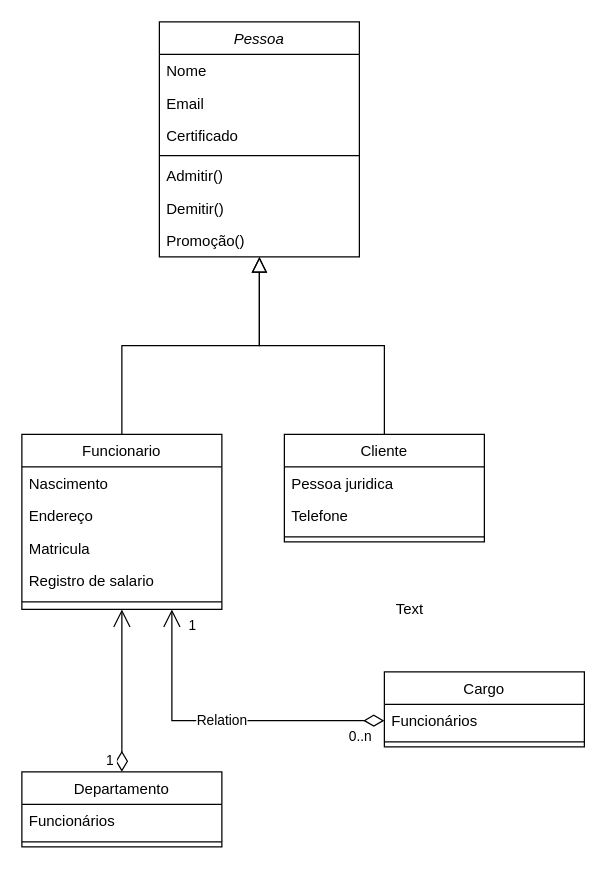
Before: Sprint1.drawio in LDLPiao/tp_poo, a draw.io diagram. Source tidied: cells renumbered, new cells numbered last; positions are measured from the earlier drawing's top-left corner, leaving out a move shared by most shapes. Both pictures are drawn from the tidied source at 125%, with x=0, y=0 at pixel (21, 21).
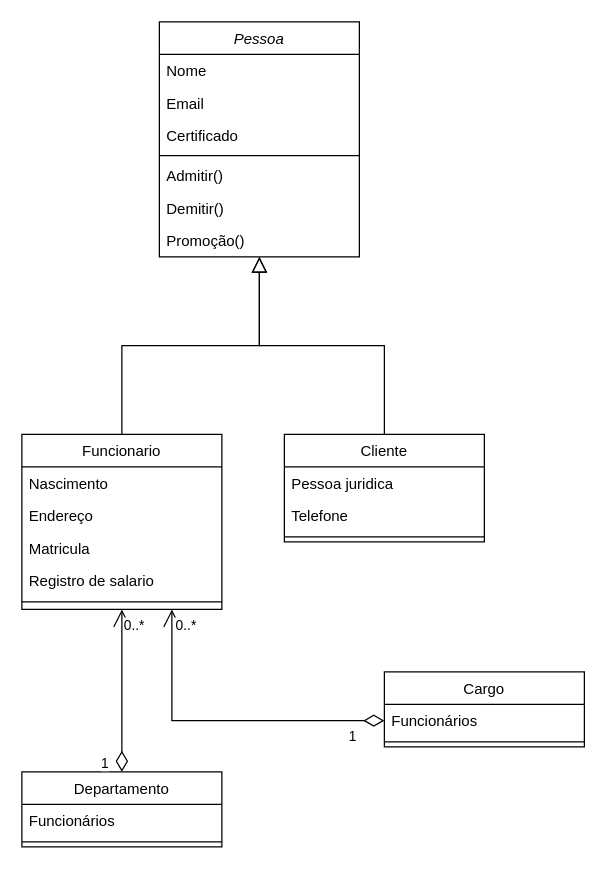
Above is the later version.

Unchanged cells that the change refers to:
```xml
<mxCell id="10" value="Funcionario" style="swimlane;fontStyle=0;align=center;verticalAlign=top;horizontal=1;startSize=26;rounded=0;shadow=0;strokeWidth=1;" parent="1" vertex="1">
  <mxGeometry y="330" width="160" height="140" as="geometry" />
</mxCell>
<mxCell id="22" value="Departamento" style="swimlane;fontStyle=0;align=center;verticalAlign=top;horizontal=1;startSize=26;rounded=0;shadow=0;strokeWidth=1;" parent="1" vertex="1">
  <mxGeometry y="600" width="160" height="60" as="geometry" />
</mxCell>
<mxCell id="27" value="Funcionários" style="text;align=left;verticalAlign=top;spacingLeft=4;spacingRight=4;overflow=hidden;points=[[0,0.5],[1,0.5]];portConstraint=eastwest;" parent="26" vertex="1">
  <mxGeometry y="26" width="160" height="26" as="geometry" />
</mxCell>
```

Change to the diagram source:
```diff
@@
-    <mxCell id="25" value="1" style="endArrow=open;endSize=12;startArrow=diamondThin;startSize=14;startFill=0;edgeStyle=orthogonalEdgeStyle;align=right;verticalAlign=bottom;rounded=0;entryX=0.5;entryY=1;entryDx=0;entryDy=0;exitX=0.5;exitY=0;exitDx=0;exitDy=0;labelPosition=left;verticalLabelPosition=top;spacing=6;spacingTop=0;spacingBottom=-4;" parent="1" edge="1" source="22" target="10">
-      <mxGeometry x="-1" relative="1" as="geometry" />
-    </mxCell>
@@
-    <mxCell id="29" value="Text" style="text;html=1;align=center;verticalAlign=middle;fillColor=none;strokeColor=none;rounded=0;" parent="1" vertex="1">
-      <mxGeometry x="290" y="460" width="40" height="20" as="geometry" />
-    </mxCell>
-    <mxCell id="30" value="Relation" style="endArrow=open;html=1;endSize=12;startArrow=diamondThin;startSize=14;startFill=0;edgeStyle=orthogonalEdgeStyle;rounded=0;exitX=0;exitY=0.5;exitDx=0;exitDy=0;entryX=0.75;entryY=1;entryDx=0;entryDy=0;" parent="1" edge="1" source="27" target="10">
+    <mxCell id="30" style="endArrow=open;html=1;endSize=12;startArrow=diamondThin;startSize=14;startFill=0;edgeStyle=orthogonalEdgeStyle;rounded=0;exitX=0;exitY=0.5;exitDx=0;exitDy=0;entryX=0.75;entryY=1;entryDx=0;entryDy=0;" parent="1" edge="1" source="27" target="10">
       <mxGeometry relative="1" as="geometry" />
     </mxCell>
-    <mxCell id="31" value="0..n" style="edgeLabel;html=1;align=left;verticalAlign=top;" parent="30" vertex="1">
+    <mxCell id="31" value="1" style="edgeLabel;html=1;align=left;verticalAlign=top;" parent="30" vertex="1">
       <mxGeometry x="-1" relative="1" as="geometry">
         <mxPoint x="-30" as="offset" />
       </mxGeometry>
     </mxCell>
-    <mxCell id="32" value="1" style="edgeLabel;html=1;align=right;verticalAlign=top;" parent="30" vertex="1">
+    <mxCell id="32" value="0..*" style="edgeLabel;html=1;align=right;verticalAlign=top;" parent="30" vertex="1">
       <mxGeometry x="1" relative="1" as="geometry">
         <mxPoint x="20" as="offset" />
       </mxGeometry>
     </mxCell>
+    <mxCell id="33" style="endArrow=open;html=1;endSize=12;startArrow=diamondThin;startSize=14;startFill=0;edgeStyle=orthogonalEdgeStyle;rounded=0;entryX=0.5;entryY=1;entryDx=0;entryDy=0;exitX=0.5;exitY=0;exitDx=0;exitDy=0;" parent="1" edge="1" source="22" target="10">
+      <mxGeometry x="0.08" y="100" relative="1" as="geometry" />
+    </mxCell>
+    <mxCell id="34" value="0..*" style="edgeLabel;html=1;align=left;verticalAlign=top;" parent="33" vertex="1">
+      <mxGeometry x="-1" relative="1" as="geometry">
+        <mxPoint y="-130" as="offset" />
+      </mxGeometry>
+    </mxCell>
+    <mxCell id="25" value="1" style="edgeLabel;html=1;align=right;verticalAlign=top;" parent="33" vertex="1">
+      <mxGeometry x="1" relative="1" as="geometry">
+        <mxPoint x="-10" y="110" as="offset" />
+      </mxGeometry>
+    </mxCell>
```
